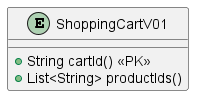
The PlantUML diagram 1-documentation/er-diagram/diagram/shopping-cart.png in sokimaaa/6CORE, before a commit.
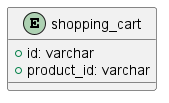
After the change.

Commit message:
[6CORE-041] Fixed table script and ER diagram

Change to the diagram source:
```diff
@@ -1,6 +1,8 @@
 @startuml
-entity ShoppingCartV01 {
-  +String cartId() <<PK>>
-  +List<String> productIds()
+
+entity shopping_cart {
+    + id: varchar
+    + product_id: varchar
 }
+
 @enduml
```
